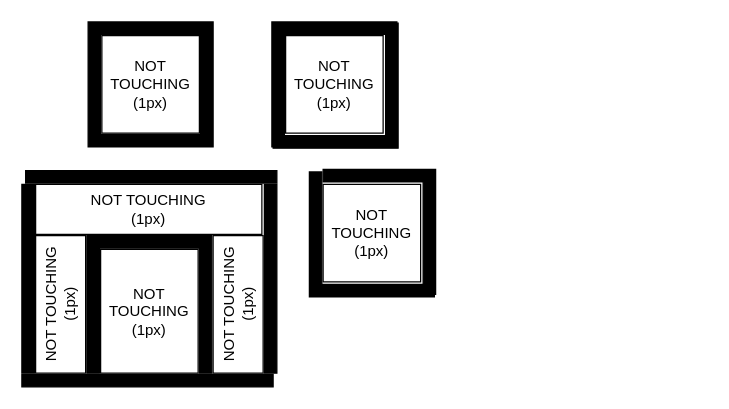
Above: simulator/resources/map/room.drawio in lesunb/HMRSsim (draw.io), before the change. Source tidied: cells renumbered, new cells numbered last; positions are measured from the earlier drawing's top-left corner, leaving out a move shared by most shapes. Both pictures are drawn from the tidied source at 125%, with x=0, y=0 at pixel (21, 21).
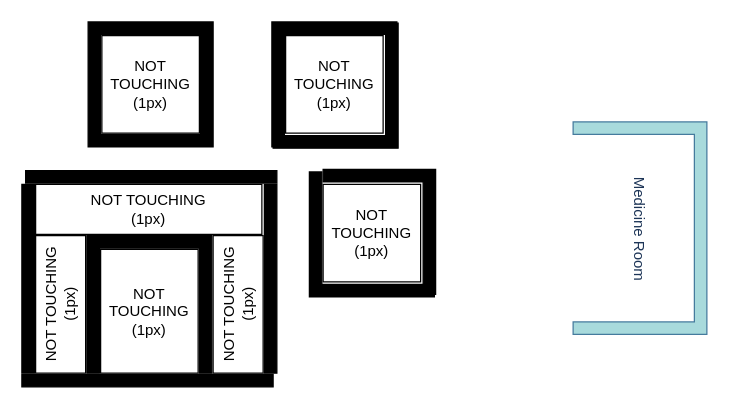
Above is the later version.

Change to the diagram source:
```diff
@@
 <mxGraphModel>
   <root>
     <mxCell id="0" />
     <mxCell id="1" parent="0" />
     <mxCell id="2" style="verticalLabelPosition=bottom;html=1;verticalAlign=top;align=center;shape=mxgraph.floorplan.wallU;fillColor=#000000;" parent="1" vertex="1">
       <mxGeometry x="52" y="171" width="100" height="110" as="geometry" />
     </mxCell>
     <mxCell id="3" value="NOT TOUCHING&lt;br&gt;(1px)" style="rounded=0;whiteSpace=wrap;html=1;" parent="1" vertex="1">
       <mxGeometry x="63" y="182" width="78" height="99" as="geometry" />
     </mxCell>
     <mxCell id="4" value="NOT TOUCHING&lt;br&gt;(1px)" style="rounded=0;whiteSpace=wrap;html=1;textDirection=ltr;verticalAlign=middle;horizontal=0;" parent="1" vertex="1">
       <mxGeometry x="11" y="171" width="40" height="110" as="geometry" />
     </mxCell>
     <mxCell id="5" value="NOT TOUCHING&lt;br&gt;(1px)" style="rounded=0;whiteSpace=wrap;html=1;textDirection=ltr;verticalAlign=middle;horizontal=0;" parent="1" vertex="1">
       <mxGeometry x="153" y="171" width="40" height="110" as="geometry" />
     </mxCell>
     <mxCell id="6" value="NOT TOUCHING&lt;br&gt;(1px)" style="rounded=0;whiteSpace=wrap;html=1;" parent="1" vertex="1">
       <mxGeometry x="11" y="130" width="181" height="40" as="geometry" />
     </mxCell>
     <mxCell id="7" style="verticalLabelPosition=bottom;html=1;verticalAlign=top;align=center;shape=mxgraph.floorplan.room;fillColor=#000000;" parent="1" vertex="1">
       <mxGeometry x="53" width="100" height="100" as="geometry" />
     </mxCell>
     <mxCell id="8" value="NOT TOUCHING&lt;br&gt;(1px)" style="rounded=0;whiteSpace=wrap;html=1;" parent="1" vertex="1">
       <mxGeometry x="64" y="11" width="78" height="78" as="geometry" />
     </mxCell>
     <mxCell id="9" style="verticalLabelPosition=bottom;html=1;verticalAlign=top;align=center;shape=mxgraph.floorplan.wall;fillColor=#000000;direction=south;" parent="1" vertex="1">
       <mxGeometry x="194" y="130" width="10" height="151" as="geometry" />
     </mxCell>
     <mxCell id="10" style="verticalLabelPosition=bottom;html=1;verticalAlign=top;align=center;shape=mxgraph.floorplan.wall;fillColor=#000000;direction=south;" parent="1" vertex="1">
       <mxGeometry y="130" width="10" height="151" as="geometry" />
     </mxCell>
     <mxCell id="11" style="verticalLabelPosition=bottom;html=1;verticalAlign=top;align=center;shape=mxgraph.floorplan.wall;fillColor=#000000;" parent="1" vertex="1">
       <mxGeometry y="282" width="201" height="10" as="geometry" />
     </mxCell>
     <mxCell id="12" style="verticalLabelPosition=bottom;html=1;verticalAlign=top;align=center;shape=mxgraph.floorplan.wall;fillColor=#000000;" parent="1" vertex="1">
       <mxGeometry x="3" y="119" width="201" height="10" as="geometry" />
     </mxCell>
     <mxCell id="13" value="NOT TOUCHING&lt;br&gt;(1px)" style="rounded=0;whiteSpace=wrap;html=1;" parent="1" vertex="1">
       <mxGeometry x="211" y="11" width="78" height="78" as="geometry" />
     </mxCell>
     <mxCell id="14" style="verticalLabelPosition=bottom;html=1;verticalAlign=top;align=center;shape=mxgraph.floorplan.wallCorner;fillColor=#000000;direction=east;" parent="1" vertex="1">
       <mxGeometry x="200" width="100" height="100" as="geometry" />
     </mxCell>
     <mxCell id="15" value="NOT TOUCHING&lt;br&gt;(1px)" style="rounded=0;whiteSpace=wrap;html=1;" parent="1" vertex="1">
       <mxGeometry x="241" y="130" width="78" height="78" as="geometry" />
     </mxCell>
     <mxCell id="16" style="verticalLabelPosition=bottom;html=1;verticalAlign=top;align=center;shape=mxgraph.floorplan.wallCorner;fillColor=#000000;direction=south;" parent="1" vertex="1">
       <mxGeometry x="241" y="118" width="90" height="100" as="geometry" />
     </mxCell>
     <mxCell id="17" style="verticalLabelPosition=bottom;html=1;verticalAlign=top;align=center;shape=mxgraph.floorplan.wallCorner;fillColor=#000000;direction=west;" parent="1" vertex="1">
       <mxGeometry x="201" y="1" width="100" height="100" as="geometry" />
     </mxCell>
     <mxCell id="18" style="verticalLabelPosition=bottom;html=1;verticalAlign=top;align=center;shape=mxgraph.floorplan.wallCorner;fillColor=#000000;direction=north;" parent="1" vertex="1">
       <mxGeometry x="230" y="120" width="100" height="100" as="geometry" />
     </mxCell>
+    <mxCell id="19" value="Medicine Room" style="verticalLabelPosition=middle;html=1;verticalAlign=middle;align=center;shape=mxgraph.floorplan.wallU;fillColor=#A8DADC;rotation=90;labelPosition=center;strokeColor=#457B9D;fontColor=#1D3557;" parent="1" vertex="1">
+      <mxGeometry x="409.5" y="111.5" width="170" height="107" as="geometry" />
+    </mxCell>
   </root>
 </mxGraphModel>
```
